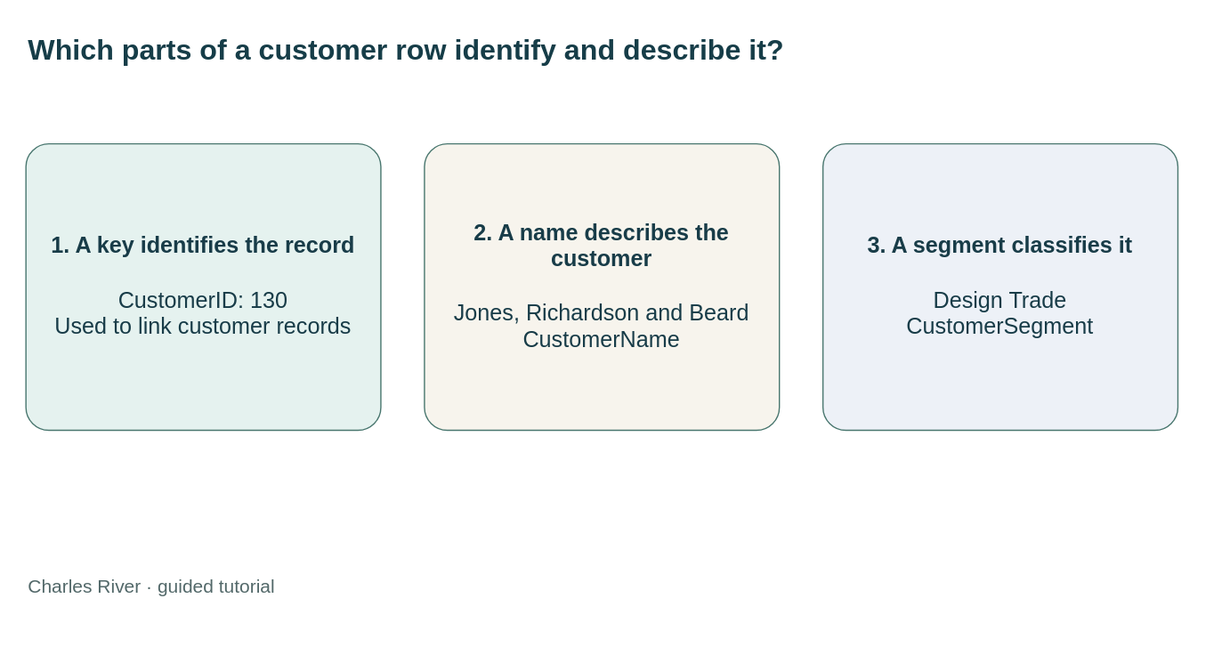
Before: static/diagrams/tutorials/meet-the-records.svg, a diagram exported from draw.io (mmcodesso/CharlesRiver_Database). Source tidied: cells renumbered, new cells last; positions are measured from the earlier drawing's top-left corner, leaving out a move shared by most shapes.
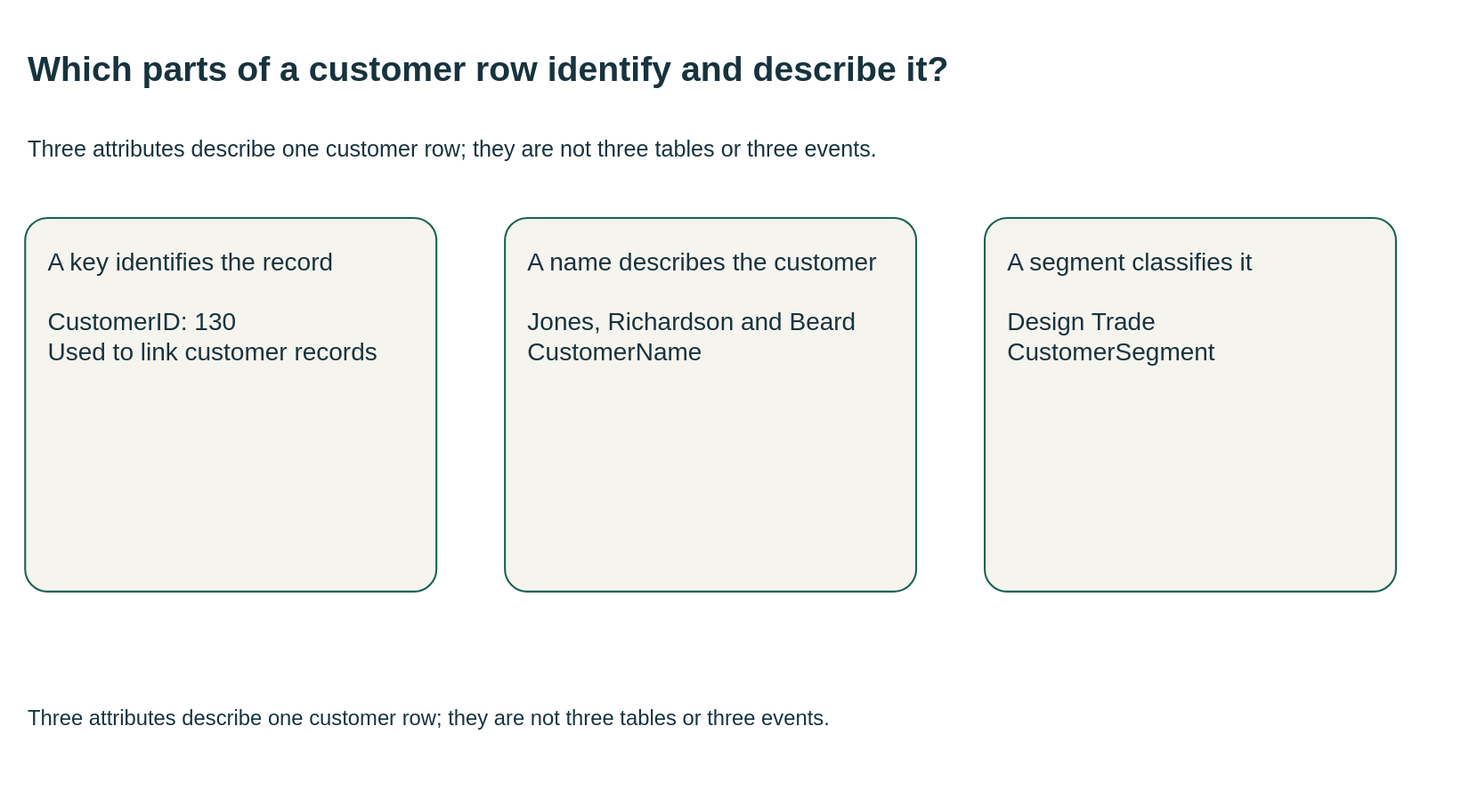
The same diagram one commit later.

The edit, as a diff of the source:
```diff
@@ -1,21 +1,24 @@
-<mxGraphModel>
+<mxGraphModel background="#FFFFFF">
   <root>
     <mxCell id="0" />
     <mxCell id="1" parent="0" />
-    <mxCell id="2" value="Which parts of a customer row identify and describe it?" style="text;html=0;whiteSpace=wrap;fontSize=23;fontStyle=1;fontColor=#163d48;align=left;" parent="1" vertex="1">
-      <mxGeometry width="920" height="60" as="geometry" />
+    <mxCell id="2" value="Which parts of a customer row identify and describe it?" style="html=0;fontFamily=Arial;fontSize=20;fontColor=#17333e;strokeColor=#196252;strokeWidth=1.5;whiteSpace=wrap;text;strokeColor=none;fillColor=none;align=left;verticalAlign=middle;fontSize=28;fontStyle=1;" parent="1" vertex="1">
+      <mxGeometry width="1110" height="70" as="geometry" />
     </mxCell>
+    <mxCell id="7" value="Three attributes describe one customer row; they are not three tables or three events." style="html=0;fontFamily=Arial;fontSize=20;fontColor=#17333e;strokeColor=#196252;strokeWidth=1.5;whiteSpace=wrap;text;strokeColor=none;fillColor=none;align=left;verticalAlign=middle;fontSize=18;fontStyle=0;" parent="1" vertex="1">
+      <mxGeometry y="72" width="1110" height="55" as="geometry" />
+    </mxCell>
-    <mxCell id="3" value="&lt;b&gt;1. A key identifies the record&lt;/b&gt;&lt;br&gt;&lt;br&gt;CustomerID: 130&lt;br&gt;Used to link customer records" style="rounded=1;whiteSpace=wrap;html=1;fillColor=#e5f2ef;strokeColor=#48766e;fontColor=#183c48;fontSize=18;spacing=15;arcSize=8;" parent="1" vertex="1">
-      <mxGeometry y="95" width="285" height="230" as="geometry" />
+    <mxCell id="3" value="A key identifies the record&#10;&#10;CustomerID: 130&#10;Used to link customer records" style="html=0;fontFamily=Arial;fontSize=20;fontColor=#17333e;strokeColor=#196252;strokeWidth=1.5;whiteSpace=wrap;rounded=1;arcSize=6;fillColor=#f6f4ee;align=left;verticalAlign=top;spacing=18;" parent="1" vertex="1">
+      <mxGeometry y="155" width="330" height="300" as="geometry" />
     </mxCell>
-    <mxCell id="4" value="&lt;b&gt;2. A name describes the customer&lt;/b&gt;&lt;br&gt;&lt;br&gt;Jones, Richardson and Beard&lt;br&gt;CustomerName" style="rounded=1;whiteSpace=wrap;html=1;fillColor=#f7f4ed;strokeColor=#48766e;fontColor=#183c48;fontSize=18;spacing=15;arcSize=8;" parent="1" vertex="1">
-      <mxGeometry x="320" y="95" width="285" height="230" as="geometry" />
+    <mxCell id="4" value="A name describes the customer&#10;&#10;Jones, Richardson and Beard&#10;CustomerName" style="html=0;fontFamily=Arial;fontSize=20;fontColor=#17333e;strokeColor=#196252;strokeWidth=1.5;whiteSpace=wrap;rounded=1;arcSize=6;fillColor=#f6f4ee;align=left;verticalAlign=top;spacing=18;" parent="1" vertex="1">
+      <mxGeometry x="385" y="155" width="330" height="300" as="geometry" />
     </mxCell>
-    <mxCell id="5" value="&lt;b&gt;3. A segment classifies it&lt;/b&gt;&lt;br&gt;&lt;br&gt;Design Trade&lt;br&gt;CustomerSegment" style="rounded=1;whiteSpace=wrap;html=1;fillColor=#edf1f7;strokeColor=#48766e;fontColor=#183c48;fontSize=18;spacing=15;arcSize=8;" parent="1" vertex="1">
-      <mxGeometry x="640" y="95" width="285" height="230" as="geometry" />
+    <mxCell id="5" value="A segment classifies it&#10;&#10;Design Trade&#10;CustomerSegment" style="html=0;fontFamily=Arial;fontSize=20;fontColor=#17333e;strokeColor=#196252;strokeWidth=1.5;whiteSpace=wrap;rounded=1;arcSize=6;fillColor=#f6f4ee;align=left;verticalAlign=top;spacing=18;" parent="1" vertex="1">
+      <mxGeometry x="770" y="155" width="330" height="300" as="geometry" />
     </mxCell>
-    <mxCell id="6" value="Charles River · guided tutorial" style="text;html=0;fontColor=#526869;fontSize=15;align=left;" parent="1" vertex="1">
-      <mxGeometry y="435" width="920" height="30" as="geometry" />
+    <mxCell id="6" value="Three attributes describe one customer row; they are not three tables or three events." style="html=0;fontFamily=Arial;fontSize=20;fontColor=#17333e;strokeColor=#196252;strokeWidth=1.5;whiteSpace=wrap;text;strokeColor=none;fillColor=none;align=left;verticalAlign=middle;fontSize=17;fontStyle=0;" parent="1" vertex="1">
+      <mxGeometry y="527" width="1110" height="60" as="geometry" />
     </mxCell>
   </root>
 </mxGraphModel>
```
